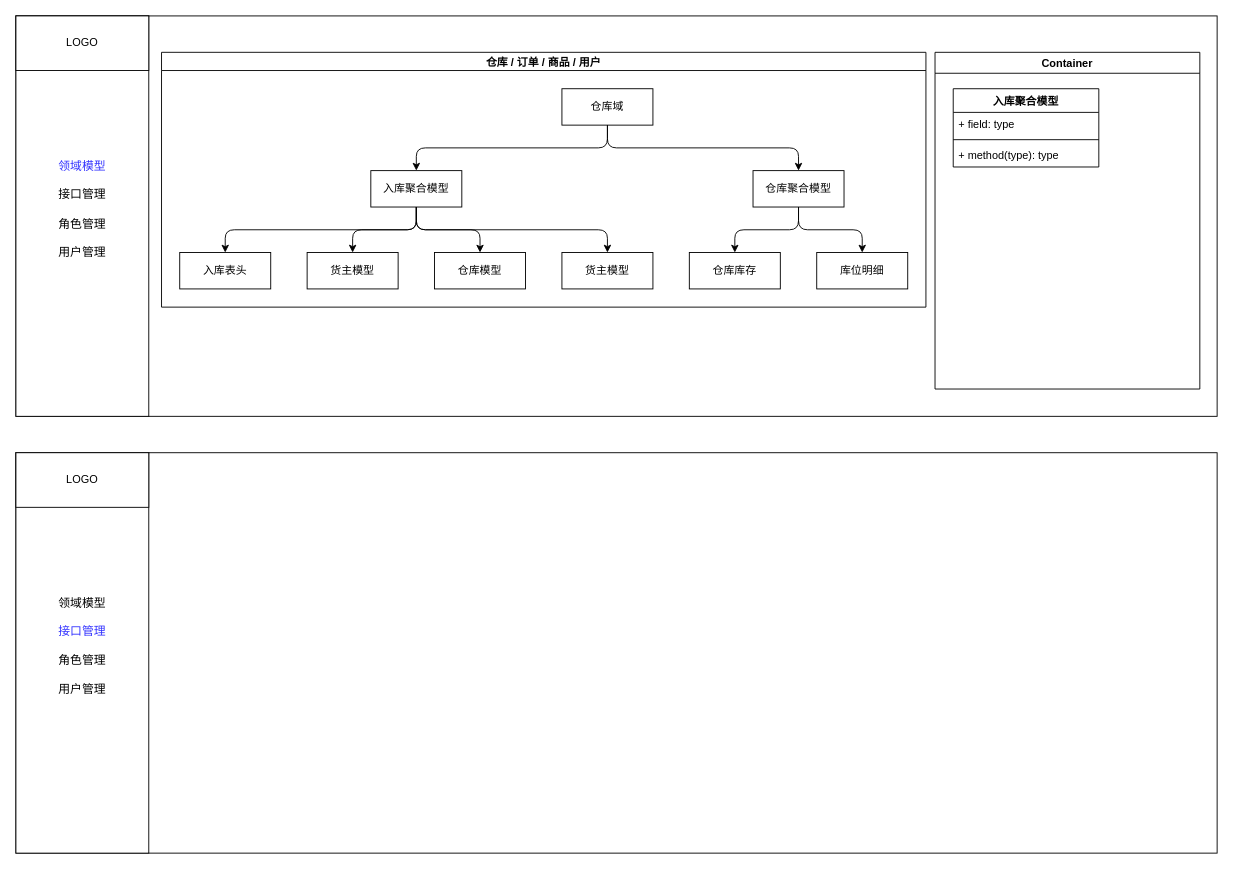
This is buildingBlocks/buildingBlocks.drawio from jianyuezhexue/diagrams, a draw.io file, before an edit. Source tidied: cells renumbered, new cells numbered last; positions are measured from the earlier drawing's top-left corner, leaving out a move shared by most shapes. Both pictures are drawn from the tidied source at 91%, with x=0, y=0 at pixel (15, 15).
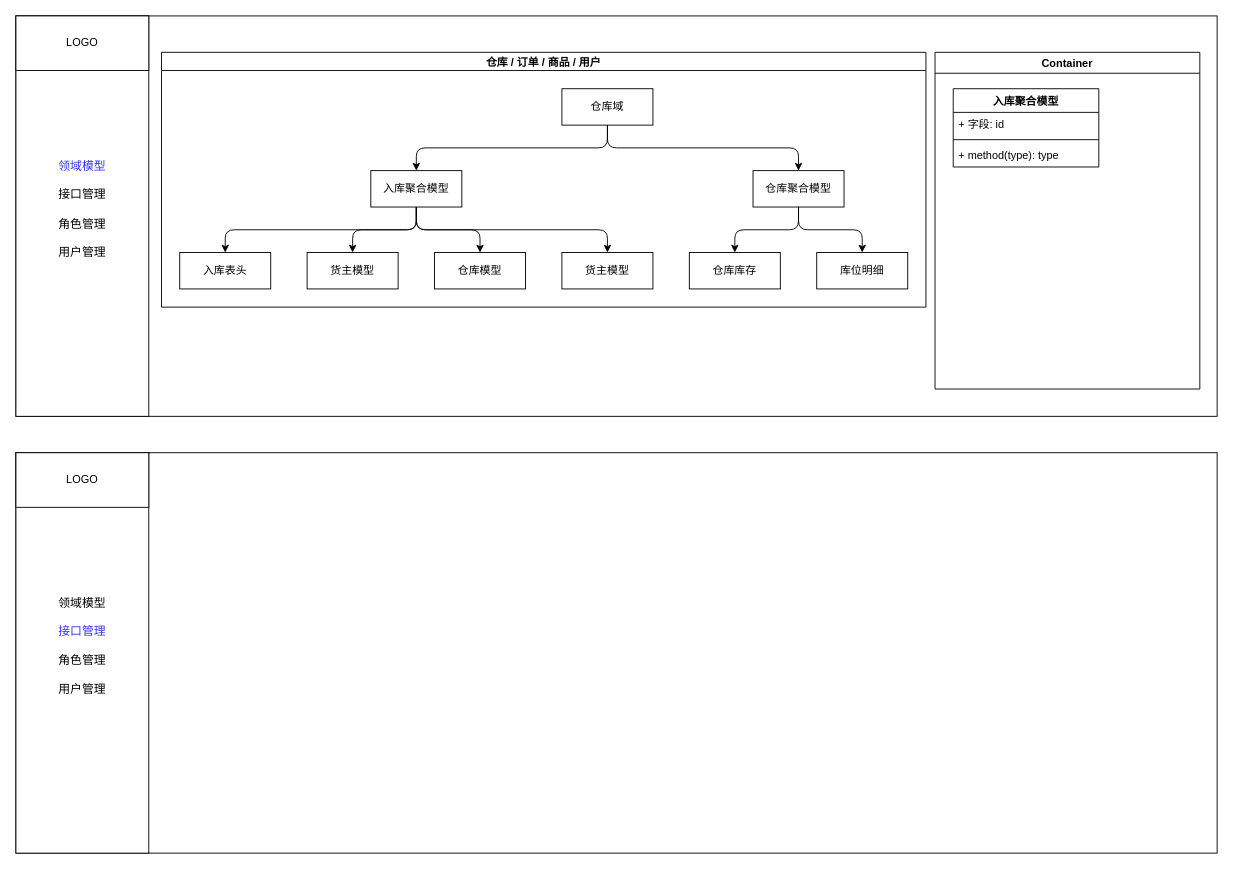
The same diagram, later.

Unchanged cells that the change refers to:
```xml
<mxCell id="27" value="入库聚合模型" style="swimlane;fontStyle=1;align=center;verticalAlign=top;horizontal=1;startSize=26;whiteSpace=wrap;html=1;" parent="26" vertex="1">
  <mxGeometry x="20" y="40" width="160" height="86" as="geometry" />
</mxCell>
```

The edit, as a diff of the source:
```diff
@@
-    <mxCell id="28" value="+ field: type" style="text;strokeColor=none;fillColor=none;align=left;verticalAlign=top;spacingLeft=4;spacingRight=4;overflow=hidden;whiteSpace=wrap;html=1;" parent="27" vertex="1">
+    <mxCell id="28" value="+ 字段: id&amp;nbsp;" style="text;strokeColor=none;fillColor=none;align=left;verticalAlign=top;spacingLeft=4;spacingRight=4;overflow=hidden;whiteSpace=wrap;html=1;" parent="27" vertex="1">
       <mxGeometry y="26" width="160" height="26" as="geometry" />
     </mxCell>
```
